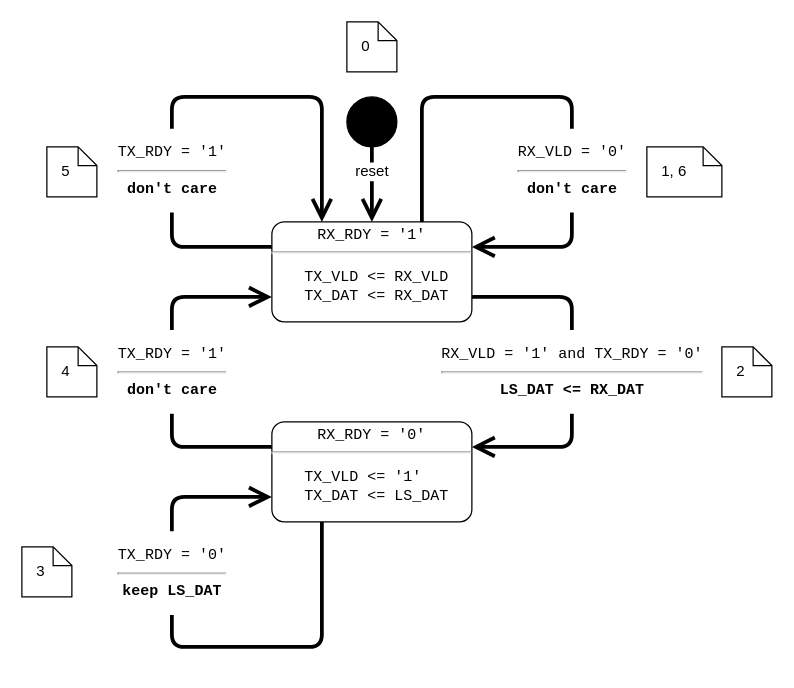
Before: doc/handshake/register_slice_backpressure_state_diagram.drawio in jeras/synthesis-primitives, a draw.io diagram. Source tidied: cells renumbered, new cells numbered last; positions are measured from the earlier drawing's top-left corner, leaving out a move shared by most shapes. Both pictures are drawn from the tidied source at 125%, with x=0, y=0 at pixel (21, 21).
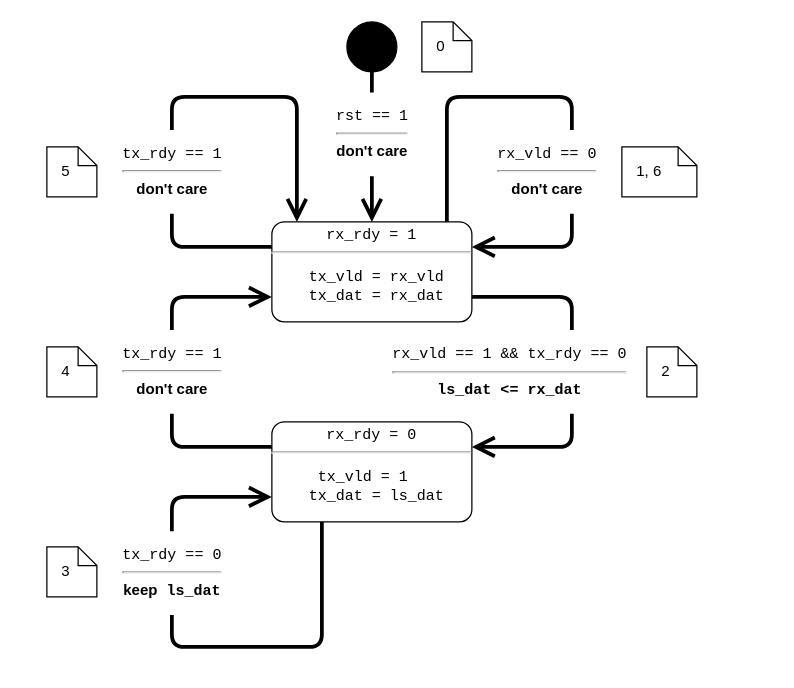
Above is the later version.

The edit, as a diff of the source:
```diff
@@
-    <mxCell id="2" value="&lt;pre style=&quot;margin: 4px 0px 0px; font-size: 12px;&quot;&gt;RX_RDY = '1'&lt;/pre&gt;&lt;hr style=&quot;font-size: 12px;&quot;&gt;&lt;p style=&quot;font-size: 12px;&quot;&gt;&lt;/p&gt;&lt;pre style=&quot;margin: 0px 0px 0px 8px; font-size: 12px;&quot;&gt;TX_VLD &amp;lt;= RX_VLD&lt;/pre&gt;&lt;pre style=&quot;margin: 0px 0px 0px 8px; font-size: 12px;&quot;&gt;TX_DAT &amp;lt;= RX_DAT&lt;/pre&gt;" style="shape=mxgraph.sysml.simpleState;html=1;overflow=fill;whiteSpace=wrap;align=center;fontSize=12;" parent="1" vertex="1">
+    <mxCell id="2" value="&lt;pre style=&quot;margin: 4px 0px 0px; font-size: 12px;&quot;&gt;rx_rdy = 1&lt;/pre&gt;&lt;hr style=&quot;font-size: 12px;&quot;&gt;&lt;p style=&quot;font-size: 12px;&quot;&gt;&lt;/p&gt;&lt;pre style=&quot;margin: 0px 0px 0px 8px; font-size: 12px;&quot;&gt;tx_vld = rx_vld&lt;/pre&gt;&lt;pre style=&quot;margin: 0px 0px 0px 8px; font-size: 12px;&quot;&gt;tx_dat = rx_dat&lt;/pre&gt;" style="shape=mxgraph.sysml.simpleState;html=1;overflow=fill;whiteSpace=wrap;align=center;fontSize=12;" parent="1" vertex="1">
       <mxGeometry x="200" y="160" width="160" height="80" as="geometry" />
     </mxCell>
-    <mxCell id="3" value="&lt;pre style=&quot;margin-top: 4px; margin-bottom: 0px; font-size: 12px;&quot;&gt;RX_RDY = '0'&lt;/pre&gt;&lt;hr style=&quot;font-size: 12px;&quot;&gt;&lt;p style=&quot;font-size: 12px;&quot;&gt;&lt;/p&gt;&lt;pre style=&quot;margin: 0px 0px 0px 8px; font-size: 12px;&quot;&gt;TX_VLD &amp;lt;= '1'   &lt;/pre&gt;&lt;pre style=&quot;margin: 0px 0px 0px 8px; font-size: 12px;&quot;&gt;TX_DAT &amp;lt;= LS_DAT&lt;/pre&gt;" style="shape=mxgraph.sysml.simpleState;html=1;overflow=fill;whiteSpace=wrap;align=center;fontSize=12;" parent="1" vertex="1">
+    <mxCell id="3" value="&lt;pre style=&quot;margin-top: 4px; margin-bottom: 0px; font-size: 12px;&quot;&gt;rx_rdy = 0&lt;/pre&gt;&lt;hr style=&quot;font-size: 12px;&quot;&gt;&lt;p style=&quot;font-size: 12px;&quot;&gt;&lt;/p&gt;&lt;pre style=&quot;margin: 0px 0px 0px 8px; font-size: 12px;&quot;&gt;tx_vld = 1   &lt;/pre&gt;&lt;pre style=&quot;margin: 0px 0px 0px 8px; font-size: 12px;&quot;&gt;tx_dat = ls_dat&lt;/pre&gt;" style="shape=mxgraph.sysml.simpleState;html=1;overflow=fill;whiteSpace=wrap;align=center;fontSize=12;" parent="1" vertex="1">
       <mxGeometry x="200" y="320" width="160" height="80" as="geometry" />
     </mxCell>
-    <mxCell id="4" value="&lt;pre style=&quot;font-size: 12px;&quot;&gt;RX_VLD = '1' and TX_RDY = '0'&lt;br style=&quot;font-size: 12px;&quot;&gt;&lt;hr&gt;&lt;b&gt;LS_DAT &amp;lt;= RX_DAT&lt;/b&gt;&lt;/pre&gt;" style="edgeStyle=none;html=1;endArrow=open;endSize=12;strokeWidth=3;verticalAlign=middle;rounded=1;entryX=1;entryY=0.25;entryDx=0;entryDy=0;entryPerimeter=0;curved=0;fontSize=12;exitX=1;exitY=0.75;exitDx=0;exitDy=0;exitPerimeter=0;strokeColor=default;backgroundOutline=0;" parent="1" edge="1" source="2" target="3">
-      <mxGeometry relative="1" as="geometry">
+    <mxCell id="4" value="&lt;pre style=&quot;font-size: 12px;&quot;&gt;rx_vld == 1 &amp;amp;&amp;amp; tx_rdy == 0&lt;br style=&quot;font-size: 12px;&quot;&gt;&lt;hr&gt;&lt;b&gt;ls_dat &amp;lt;= rx_dat&lt;/b&gt;&lt;/pre&gt;" style="edgeStyle=none;html=1;endArrow=open;endSize=12;strokeWidth=3;verticalAlign=middle;rounded=1;entryX=1;entryY=0.25;entryDx=0;entryDy=0;entryPerimeter=0;curved=0;fontSize=12;exitX=1;exitY=0.75;exitDx=0;exitDy=0;exitPerimeter=0;strokeColor=default;backgroundOutline=0;" parent="1" edge="1" source="2" target="3">
+      <mxGeometry y="-50" relative="1" as="geometry">
         <Array as="points">
           <mxPoint x="440" y="220" />
           <mxPoint x="440" y="340" />
         </Array>
       </mxGeometry>
     </mxCell>
     <mxCell id="5" style="shape=ellipse;html=1;fillColor=strokeColor;fontSize=18;fontColor=#ffffff;" parent="1" vertex="1">
-      <mxGeometry x="260" y="60" width="40" height="40" as="geometry" />
+      <mxGeometry x="260" width="40" height="40" as="geometry" />
     </mxCell>
-    <mxCell id="6" value="&lt;font style=&quot;font-size: 12px;&quot;&gt;reset&lt;/font&gt;" style="edgeStyle=none;html=1;endArrow=open;endSize=12;strokeWidth=3;verticalAlign=middle;rounded=0;exitX=0.5;exitY=1;exitDx=0;exitDy=0;entryX=0.5;entryY=0;entryDx=0;entryDy=0;entryPerimeter=0;" parent="1" edge="1" source="5" target="2">
-      <mxGeometry x="-0.33" relative="1" as="geometry" />
+    <mxCell id="6" value="&lt;pre style=&quot;font-size: 12px;&quot;&gt;rst == 1&lt;br&gt;&lt;hr&gt;&lt;b&gt;&lt;font face=&quot;Helvetica&quot;&gt;don't care&lt;/font&gt;&lt;/b&gt;&lt;/pre&gt;" style="edgeStyle=none;html=1;endArrow=open;endSize=12;strokeWidth=3;verticalAlign=middle;rounded=0;exitX=0.5;exitY=1;exitDx=0;exitDy=0;entryX=0.5;entryY=0;entryDx=0;entryDy=0;entryPerimeter=0;" parent="1" edge="1" source="5" target="2">
+      <mxGeometry x="-0.17" relative="1" as="geometry" />
     </mxCell>
     <mxCell id="7" value="1, 6" style="shape=note;size=15;align=left;spacingLeft=10;html=1;whiteSpace=wrap;" parent="1" vertex="1">
-      <mxGeometry x="500" y="100" width="60" height="40" as="geometry" />
+      <mxGeometry x="480" y="100" width="60" height="40" as="geometry" />
     </mxCell>
     <mxCell id="8" value="2" style="shape=note;size=15;align=left;spacingLeft=10;html=1;whiteSpace=wrap;" parent="1" vertex="1">
-      <mxGeometry x="560" y="260" width="40" height="40" as="geometry" />
+      <mxGeometry x="500" y="260" width="40" height="40" as="geometry" />
     </mxCell>
     <mxCell id="9" value="3" style="shape=note;size=15;align=left;spacingLeft=10;html=1;whiteSpace=wrap;" parent="1" vertex="1">
-      <mxGeometry y="420" width="40" height="40" as="geometry" />
+      <mxGeometry x="20" y="420" width="40" height="40" as="geometry" />
     </mxCell>
@@
     <mxCell id="11" value="0" style="shape=note;size=15;align=left;spacingLeft=10;html=1;whiteSpace=wrap;" parent="1" vertex="1">
-      <mxGeometry x="260" width="40" height="40" as="geometry" />
+      <mxGeometry x="320" width="40" height="40" as="geometry" />
     </mxCell>
-    <mxCell id="12" value="&lt;pre style=&quot;font-size: 12px;&quot;&gt;RX_VLD = '0'&lt;br style=&quot;font-size: 12px;&quot;&gt;&lt;hr&gt;&lt;b&gt;don't care&lt;/b&gt;&lt;/pre&gt;" style="edgeStyle=none;html=1;endArrow=open;endSize=12;strokeWidth=3;verticalAlign=middle;rounded=1;entryX=1;entryY=0.25;entryDx=0;entryDy=0;entryPerimeter=0;curved=0;fontSize=12;exitX=0.75;exitY=0;exitDx=0;exitDy=0;exitPerimeter=0;strokeColor=default;backgroundOutline=0;" parent="1" edge="1" source="2" target="2">
-      <mxGeometry x="0.33" relative="1" as="geometry">
+    <mxCell id="12" value="&lt;pre style=&quot;font-size: 12px;&quot;&gt;rx_vld == 0&lt;br style=&quot;font-size: 12px;&quot;&gt;&lt;hr&gt;&lt;b&gt;&lt;font face=&quot;Helvetica&quot;&gt;don't care&lt;/font&gt;&lt;/b&gt;&lt;/pre&gt;" style="edgeStyle=none;html=1;endArrow=open;endSize=12;strokeWidth=3;verticalAlign=middle;rounded=1;entryX=1;entryY=0.25;entryDx=0;entryDy=0;entryPerimeter=0;curved=0;fontSize=12;exitX=0.875;exitY=0;exitDx=0;exitDy=0;exitPerimeter=0;strokeColor=default;backgroundOutline=0;" parent="1" edge="1" source="2" target="2">
+      <mxGeometry x="0.3" y="-20" relative="1" as="geometry">
         <Array as="points">
-          <mxPoint x="320" y="60" />
+          <mxPoint x="340" y="60" />
           <mxPoint x="440" y="60" />
           <mxPoint x="440" y="180" />
         </Array>
       </mxGeometry>
     </mxCell>
-    <mxCell id="13" value="&lt;pre style=&quot;font-size: 12px;&quot;&gt;TX_RDY = '1'&lt;br style=&quot;font-size: 12px;&quot;&gt;&lt;hr&gt;&lt;b&gt;don't care&lt;/b&gt;&lt;/pre&gt;" style="edgeStyle=none;html=1;endArrow=open;endSize=12;strokeWidth=3;verticalAlign=middle;rounded=1;entryX=0;entryY=0.75;entryDx=0;entryDy=0;entryPerimeter=0;curved=0;fontSize=12;exitX=0;exitY=0.25;exitDx=0;exitDy=0;exitPerimeter=0;strokeColor=default;backgroundOutline=0;" parent="1" edge="1" source="3" target="2">
+    <mxCell id="13" value="&lt;pre style=&quot;font-size: 12px;&quot;&gt;tx_rdy == 1&lt;br style=&quot;font-size: 12px;&quot;&gt;&lt;hr&gt;&lt;b&gt;&lt;font face=&quot;Helvetica&quot;&gt;don't care&lt;/font&gt;&lt;/b&gt;&lt;/pre&gt;" style="edgeStyle=none;html=1;endArrow=open;endSize=12;strokeWidth=3;verticalAlign=middle;rounded=1;entryX=0;entryY=0.75;entryDx=0;entryDy=0;entryPerimeter=0;curved=0;fontSize=12;exitX=0;exitY=0.25;exitDx=0;exitDy=0;exitPerimeter=0;strokeColor=default;backgroundOutline=0;" parent="1" edge="1" source="3" target="2">
       <mxGeometry relative="1" as="geometry">
         <Array as="points">
           <mxPoint x="120" y="340" />
           <mxPoint x="120" y="220" />
         </Array>
       </mxGeometry>
     </mxCell>
-    <mxCell id="14" value="&lt;pre style=&quot;font-size: 12px;&quot;&gt;TX_RDY = '0'&lt;br style=&quot;font-size: 12px;&quot;&gt;&lt;hr&gt;&lt;b&gt;keep LS_DAT&lt;/b&gt;&lt;/pre&gt;" style="edgeStyle=none;html=1;endArrow=open;endSize=12;strokeWidth=3;verticalAlign=middle;rounded=1;entryX=0;entryY=0.75;entryDx=0;entryDy=0;entryPerimeter=0;curved=0;fontSize=12;exitX=0.25;exitY=1;exitDx=0;exitDy=0;exitPerimeter=0;strokeColor=default;backgroundOutline=0;" parent="1" edge="1" source="3" target="3">
+    <mxCell id="14" value="&lt;pre style=&quot;font-size: 12px;&quot;&gt;tx_rdy == 0&lt;br style=&quot;font-size: 12px;&quot;&gt;&lt;hr&gt;&lt;b&gt;&lt;font face=&quot;Helvetica&quot;&gt;keep&lt;/font&gt; ls_dat&lt;/b&gt;&lt;/pre&gt;" style="edgeStyle=none;html=1;endArrow=open;endSize=12;strokeWidth=3;verticalAlign=middle;rounded=1;entryX=0;entryY=0.75;entryDx=0;entryDy=0;entryPerimeter=0;curved=0;fontSize=12;exitX=0.25;exitY=1;exitDx=0;exitDy=0;exitPerimeter=0;strokeColor=default;backgroundOutline=0;" parent="1" edge="1" source="3" target="3">
       <mxGeometry x="0.33" relative="1" as="geometry">
         <Array as="points">
           <mxPoint x="240" y="500" />
           <mxPoint x="120" y="500" />
           <mxPoint x="120" y="380" />
         </Array>
       </mxGeometry>
     </mxCell>
-    <mxCell id="15" value="&lt;pre style=&quot;font-size: 12px;&quot;&gt;TX_RDY = '1'&lt;br style=&quot;font-size: 12px;&quot;&gt;&lt;hr&gt;&lt;b&gt;don't care&lt;/b&gt;&lt;/pre&gt;" style="edgeStyle=none;html=1;endArrow=open;endSize=12;strokeWidth=3;verticalAlign=middle;rounded=1;entryX=0.25;entryY=0;entryDx=0;entryDy=0;entryPerimeter=0;curved=0;fontSize=12;exitX=0;exitY=0.25;exitDx=0;exitDy=0;exitPerimeter=0;strokeColor=default;backgroundOutline=0;" parent="1" edge="1" source="2" target="2">
-      <mxGeometry x="-0.33" relative="1" as="geometry">
+    <mxCell id="15" value="&lt;pre style=&quot;font-size: 12px;&quot;&gt;tx_rdy == 1&lt;br style=&quot;font-size: 12px;&quot;&gt;&lt;hr&gt;&lt;b&gt;&lt;font face=&quot;Helvetica&quot;&gt;don't care&lt;/font&gt;&lt;/b&gt;&lt;/pre&gt;" style="edgeStyle=none;html=1;endArrow=open;endSize=12;strokeWidth=3;verticalAlign=middle;rounded=1;entryX=0.125;entryY=0;entryDx=0;entryDy=0;entryPerimeter=0;curved=0;fontSize=12;exitX=0;exitY=0.25;exitDx=0;exitDy=0;exitPerimeter=0;strokeColor=default;backgroundOutline=0;" parent="1" edge="1" source="2" target="2">
+      <mxGeometry x="-0.3" relative="1" as="geometry">
         <Array as="points">
           <mxPoint x="120" y="180" />
           <mxPoint x="120" y="60" />
-          <mxPoint x="240" y="60" />
+          <mxPoint x="220" y="60" />
         </Array>
       </mxGeometry>
     </mxCell>
```
